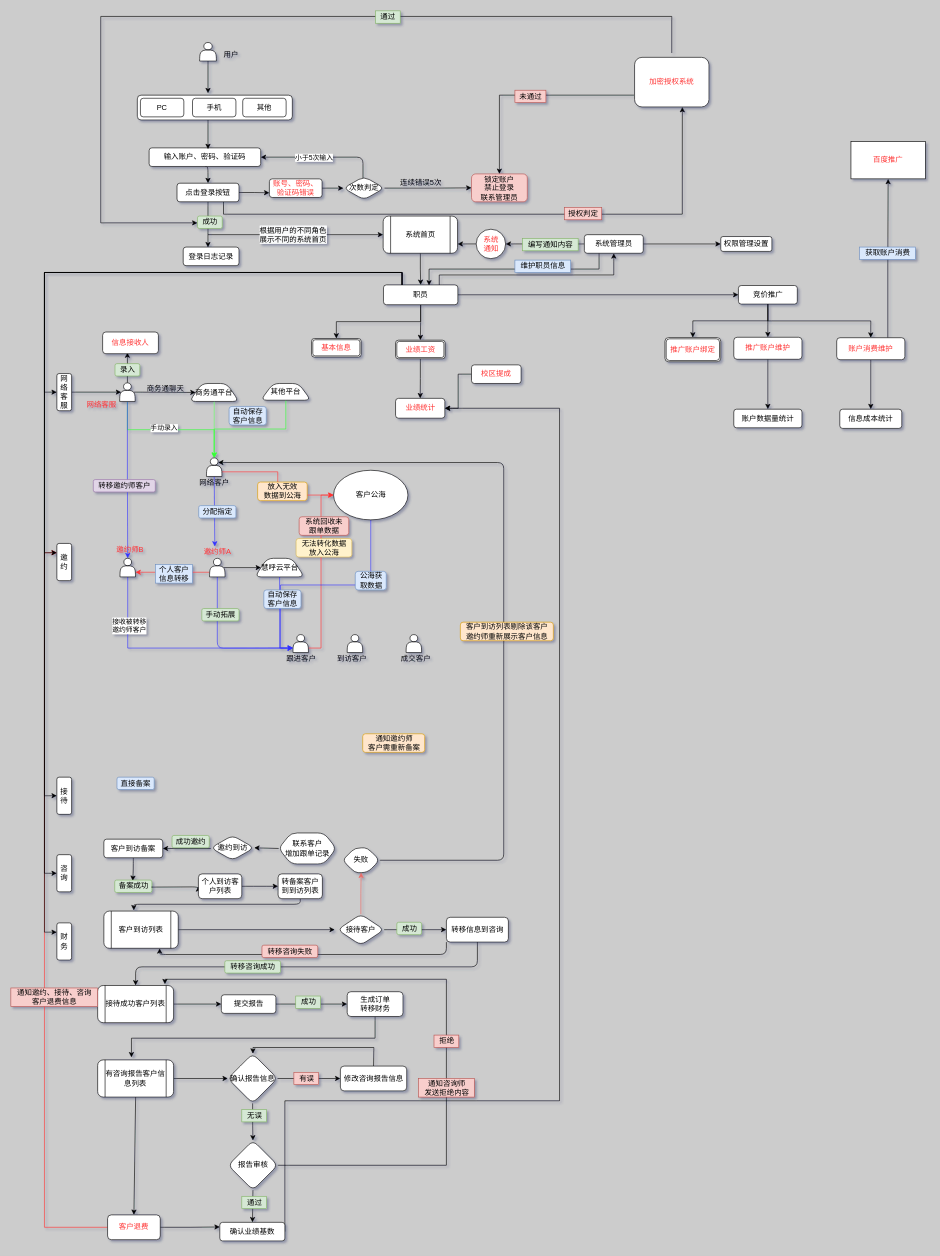
Above: Untitled Diagram.drawio in cdcmo/hgedu (draw.io), before the change. Source tidied: cells renumbered, new cells numbered last; positions are measured from the earlier drawing's top-left corner, leaving out a move shared by most shapes. Both pictures are drawn from the tidied source at 62%, with x=0, y=0 at pixel (11, 11).
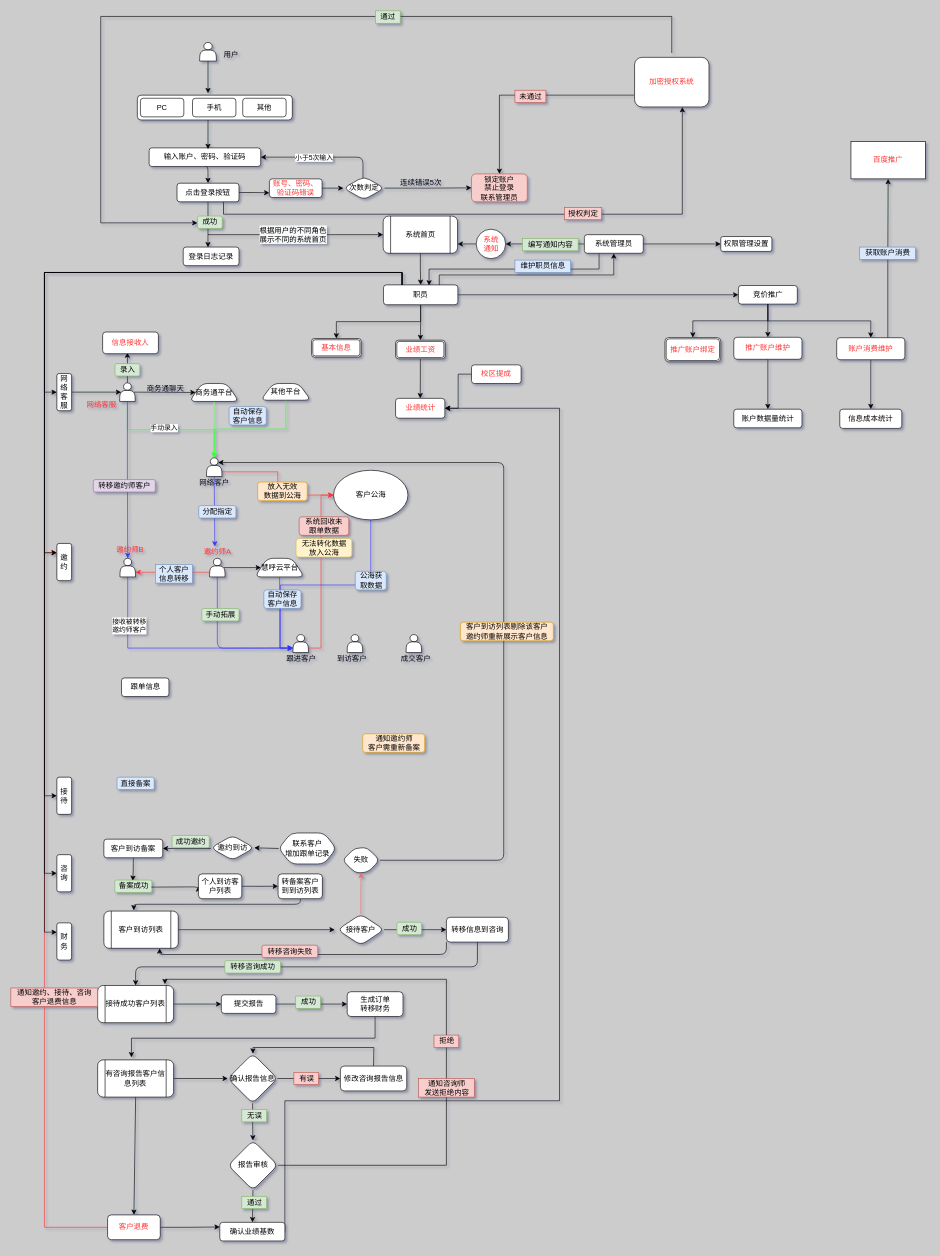
The same diagram, later.

Diff of the diagram source:
```diff
@@
+    <mxCell id="189" value="跟单信息" style="rounded=1;whiteSpace=wrap;html=1;" parent="1" vertex="1">
+      <mxGeometry x="178.5" y="1076" width="76.5" height="30" as="geometry" />
+    </mxCell>
```
